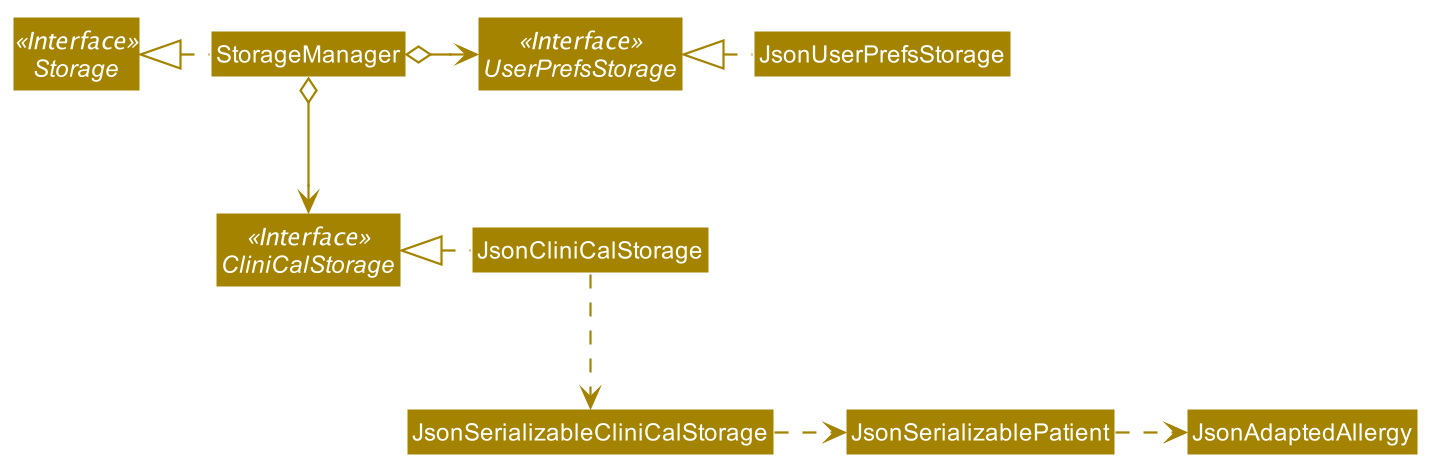
The PlantUML diagram docs/images/StorageClassDiagram.png in nus-cs2103-AY2021S1/tp, before a commit. Its diagram source:
```plantuml
@startuml








skinparam BackgroundColor #FFFFFFF

skinparam Shadowing false

skinparam Class {
    FontColor #FFFFFF
    BorderThickness 1
    BorderColor #FFFFFF
    StereotypeFontColor #FFFFFF
    FontName Arial
}

skinparam Actor {
    BorderColor #000000
    Color #000000
    FontName Arial
}

skinparam Sequence {
    MessageAlign center
    BoxFontSize 15
    BoxPadding 0
    BoxFontColor #FFFFFF
    FontName Arial
}

skinparam Participant {
    FontColor #FFFFFFF
    Padding 20
}

skinparam MinClassWidth 50
skinparam ParticipantPadding 10
skinparam Shadowing false
skinparam DefaultTextAlignment center
skinparam packageStyle Rectangle

hide footbox
hide members
hide circle
skinparam arrowThickness 1.1
skinparam arrowColor #A38300
skinparam classBackgroundColor #A38300

Interface Storage <<Interface>>
Interface UserPrefsStorage <<Interface>>
Interface CliniCalStorage <<Interface>>

Class StorageManager
Class JsonUserPrefsStorage
Class JsonCliniCalStorage

StorageManager .left.|> Storage
StorageManager o-right-> UserPrefsStorage
StorageManager o--> CliniCalStorage

JsonUserPrefsStorage .left.|> UserPrefsStorage
JsonCliniCalStorage .left.|> CliniCalStorage
JsonCliniCalStorage .down.> JsonSerializableCliniCalStorage
JsonSerializableCliniCalStorage .right.> JsonSerializablePatient
JsonSerializablePatient .right.> JsonAdaptedAllergy
@enduml
```
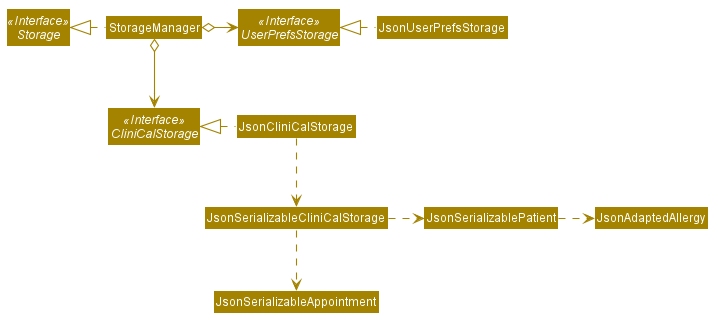
After the change.

What changed in the source:
```diff
@@ -68,4 +68,5 @@
 JsonCliniCalStorage .down.> JsonSerializableCliniCalStorage
 JsonSerializableCliniCalStorage .right.> JsonSerializablePatient
 JsonSerializablePatient .right.> JsonAdaptedAllergy
+JsonSerializableCliniCalStorage .down.> JsonSerializableAppointment
 @enduml
```
